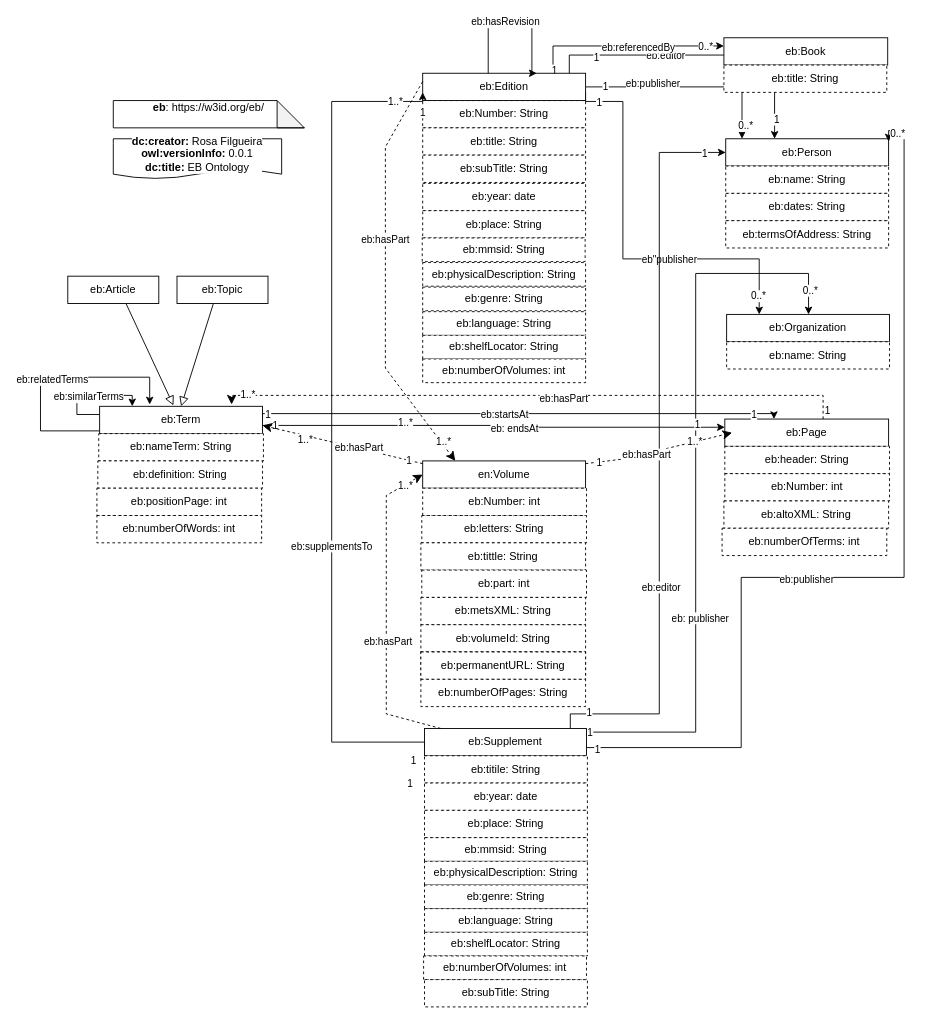
The draw.io diagram Ontology/eb.drawio in francesNLP/frances, before the edit. Source tidied: cells renumbered, new cells numbered last; positions are measured from the earlier drawing's top-left corner, leaving out a move shared by most shapes. Both pictures are drawn from the tidied source at 91%, with x=0, y=0 at pixel (40, 22).
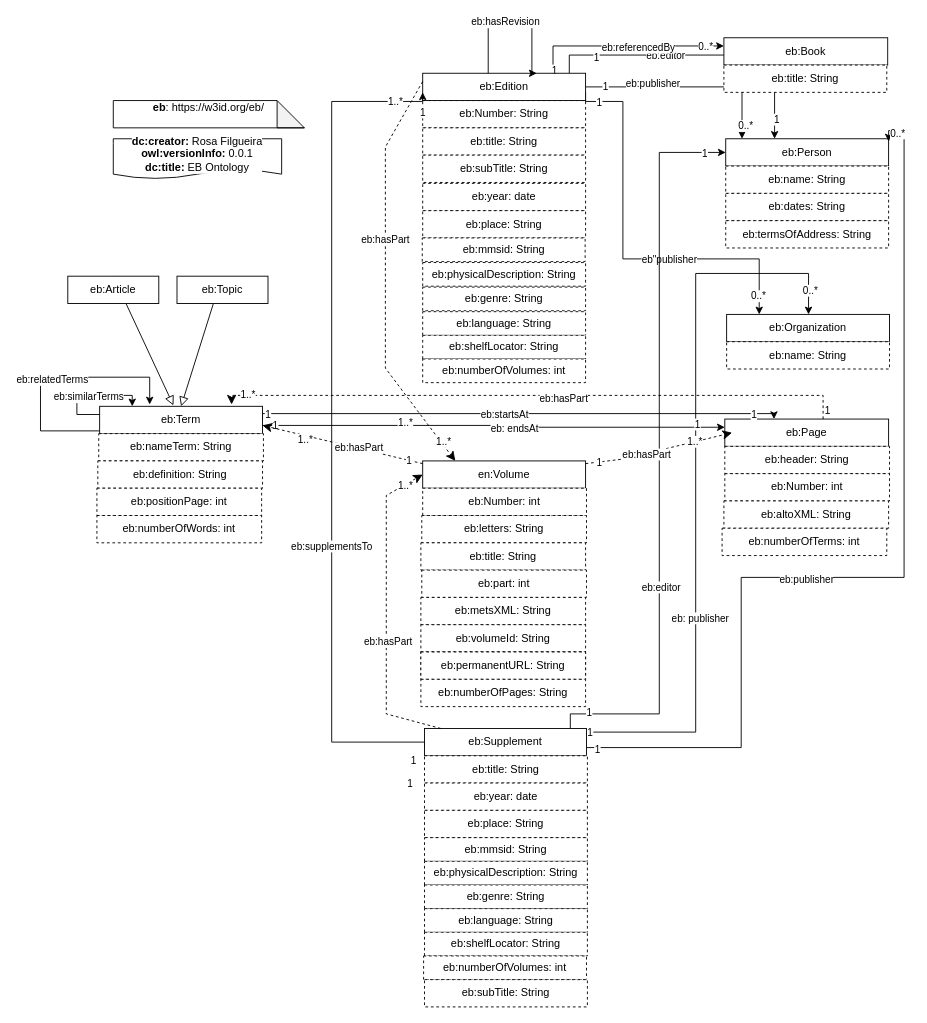
After the change.

Change to the diagram source:
```diff
@@
-    <mxCell id="44" value="eb:tittle: String" style="rounded=0;whiteSpace=wrap;html=1;dashed=1;" parent="1" vertex="1">
+    <mxCell id="44" value="eb:title: String" style="rounded=0;whiteSpace=wrap;html=1;dashed=1;" parent="1" vertex="1">
       <mxGeometry x="418" y="572" width="181" height="30" as="geometry" />
     </mxCell>
@@
-    <mxCell id="65" value="eb:titile: String" style="rounded=0;whiteSpace=wrap;html=1;dashed=1;" parent="1" vertex="1">
+    <mxCell id="65" value="eb:title: String" style="rounded=0;whiteSpace=wrap;html=1;dashed=1;" parent="1" vertex="1">
       <mxGeometry x="422" y="806" width="179" height="30" as="geometry" />
     </mxCell>
```
